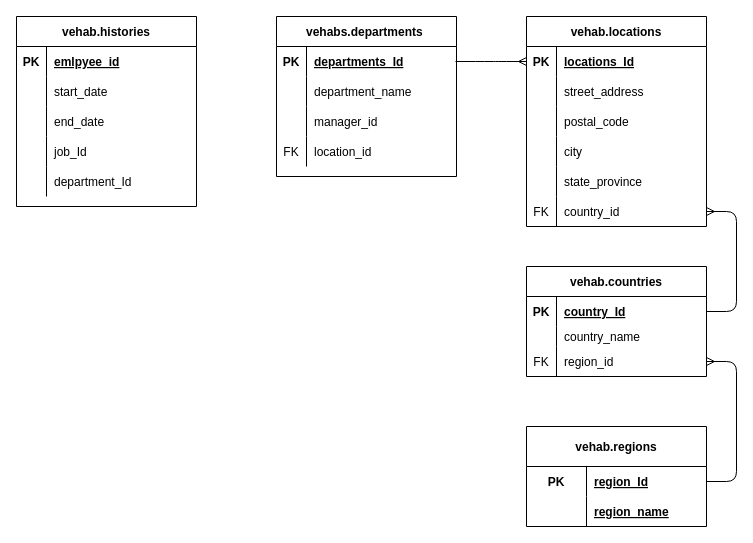
Earlier version of the draw.io diagram HT_ERD.drawio (VehabK/a07_erds). Source tidied: cells renumbered, new cells numbered last; positions are measured from the earlier drawing's top-left corner, leaving out a move shared by most shapes. Both pictures are drawn from the tidied source at 100%, with x=0, y=0 at pixel (16, 16).
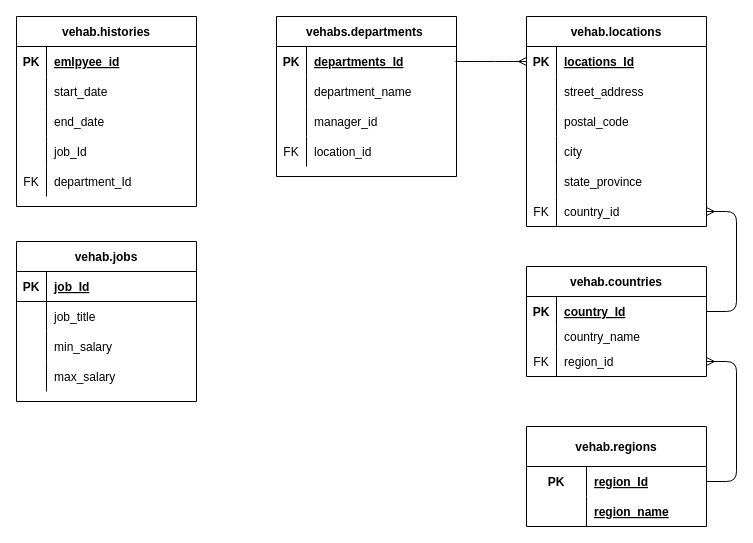
The same page after the edit.

Commit message:
added jobs table

Unchanged cells that the change refers to:
```xml
<mxCell id="67" style="shape=partialRectangle;fillColor=none;top=0;left=0;bottom=0;right=0;" parent="54" vertex="1">
  <mxGeometry y="150" width="180" height="30" as="geometry" />
</mxCell>
```

The edit, as a diff of the source:
```diff
@@
-    <mxCell id="68" style="shape=partialRectangle;fillColor=none;top=0;left=0;bottom=0;right=0;overflow=hidden;" parent="67" vertex="1">
+    <mxCell id="68" value="FK" style="shape=partialRectangle;fillColor=none;top=0;left=0;bottom=0;right=0;overflow=hidden;" parent="67" vertex="1">
       <mxGeometry width="30" height="30" as="geometry" />
     </mxCell>
@@
+    <mxCell id="70" value="vehab.jobs" style="shape=table;startSize=30;childLayout=tableLayout;rowLines=0;fontStyle=1;align=center;strokeColor=#000000;" parent="1" vertex="1">
+      <mxGeometry y="225" width="180" height="160" as="geometry" />
+    </mxCell>
+    <mxCell id="71" style="shape=partialRectangle;fillColor=none;top=0;left=0;bottom=1;right=0;" parent="70" vertex="1">
+      <mxGeometry y="30" width="180" height="30" as="geometry" />
+    </mxCell>
+    <mxCell id="72" value="PK" style="shape=partialRectangle;fillColor=none;top=0;left=0;bottom=0;right=0;fontStyle=1;overflow=hidden;" parent="71" vertex="1">
+      <mxGeometry width="30" height="30" as="geometry" />
+    </mxCell>
+    <mxCell id="73" value="job_Id" style="shape=partialRectangle;fillColor=none;top=0;left=0;bottom=0;right=0;align=left;spacingLeft=6;fontStyle=5;overflow=hidden;" parent="71" vertex="1">
+      <mxGeometry x="30" width="150" height="30" as="geometry" />
+    </mxCell>
+    <mxCell id="74" style="shape=partialRectangle;fillColor=none;top=0;left=0;bottom=0;right=0;" parent="70" vertex="1">
+      <mxGeometry y="60" width="180" height="30" as="geometry" />
+    </mxCell>
+    <mxCell id="75" style="shape=partialRectangle;fillColor=none;top=0;left=0;bottom=0;right=0;overflow=hidden;" parent="74" vertex="1">
+      <mxGeometry width="30" height="30" as="geometry" />
+    </mxCell>
+    <mxCell id="76" value="job_title" style="shape=partialRectangle;fillColor=none;top=0;left=0;bottom=0;right=0;align=left;spacingLeft=6;overflow=hidden;" parent="74" vertex="1">
+      <mxGeometry x="30" width="150" height="30" as="geometry" />
+    </mxCell>
+    <mxCell id="77" style="shape=partialRectangle;fillColor=none;top=0;left=0;bottom=0;right=0;" parent="70" vertex="1">
+      <mxGeometry y="90" width="180" height="30" as="geometry" />
+    </mxCell>
+    <mxCell id="78" style="shape=partialRectangle;fillColor=none;top=0;left=0;bottom=0;right=0;overflow=hidden;" parent="77" vertex="1">
+      <mxGeometry width="30" height="30" as="geometry" />
+    </mxCell>
+    <mxCell id="79" value="min_salary" style="shape=partialRectangle;fillColor=none;top=0;left=0;bottom=0;right=0;align=left;spacingLeft=6;overflow=hidden;" parent="77" vertex="1">
+      <mxGeometry x="30" width="150" height="30" as="geometry" />
+    </mxCell>
+    <mxCell id="80" style="shape=partialRectangle;fillColor=none;top=0;left=0;bottom=0;right=0;" parent="70" vertex="1">
+      <mxGeometry y="120" width="180" height="30" as="geometry" />
+    </mxCell>
+    <mxCell id="81" style="shape=partialRectangle;fillColor=none;top=0;left=0;bottom=0;right=0;overflow=hidden;" parent="80" vertex="1">
+      <mxGeometry width="30" height="30" as="geometry" />
+    </mxCell>
+    <mxCell id="82" value="max_salary" style="shape=partialRectangle;fillColor=none;top=0;left=0;bottom=0;right=0;align=left;spacingLeft=6;overflow=hidden;" parent="80" vertex="1">
+      <mxGeometry x="30" width="150" height="30" as="geometry" />
+    </mxCell>
```
